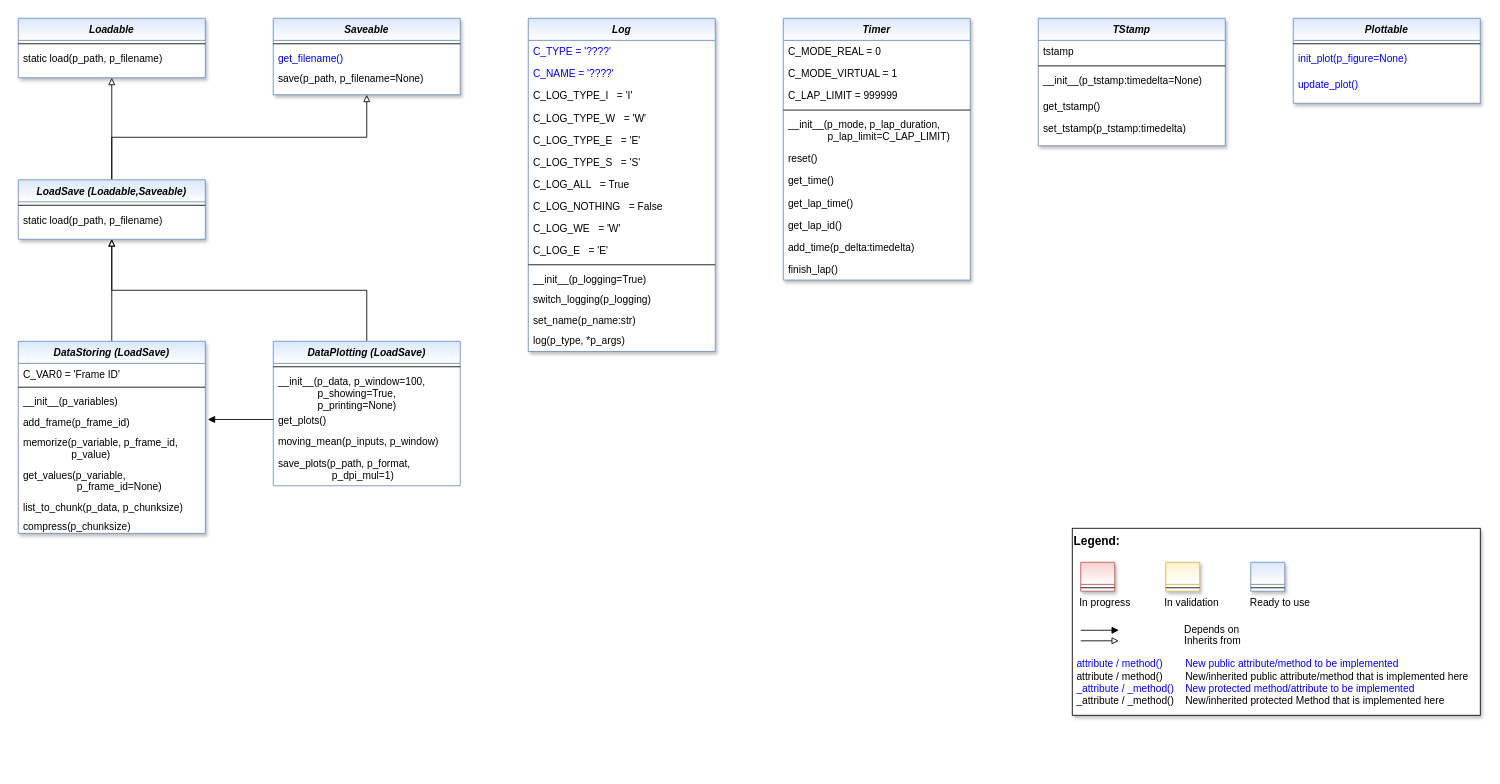
Earlier version of the draw.io diagram doc/rtd/content/append2/core/images/bf/MLPro-BF-Various_class_diagram.drawio (fhswf/MLPro). Source tidied: cells renumbered, new cells numbered last; positions are measured from the earlier drawing's top-left corner, leaving out a move shared by most shapes. Both pictures are drawn from the tidied source at 85%, with x=0, y=0 at pixel (18, 18).
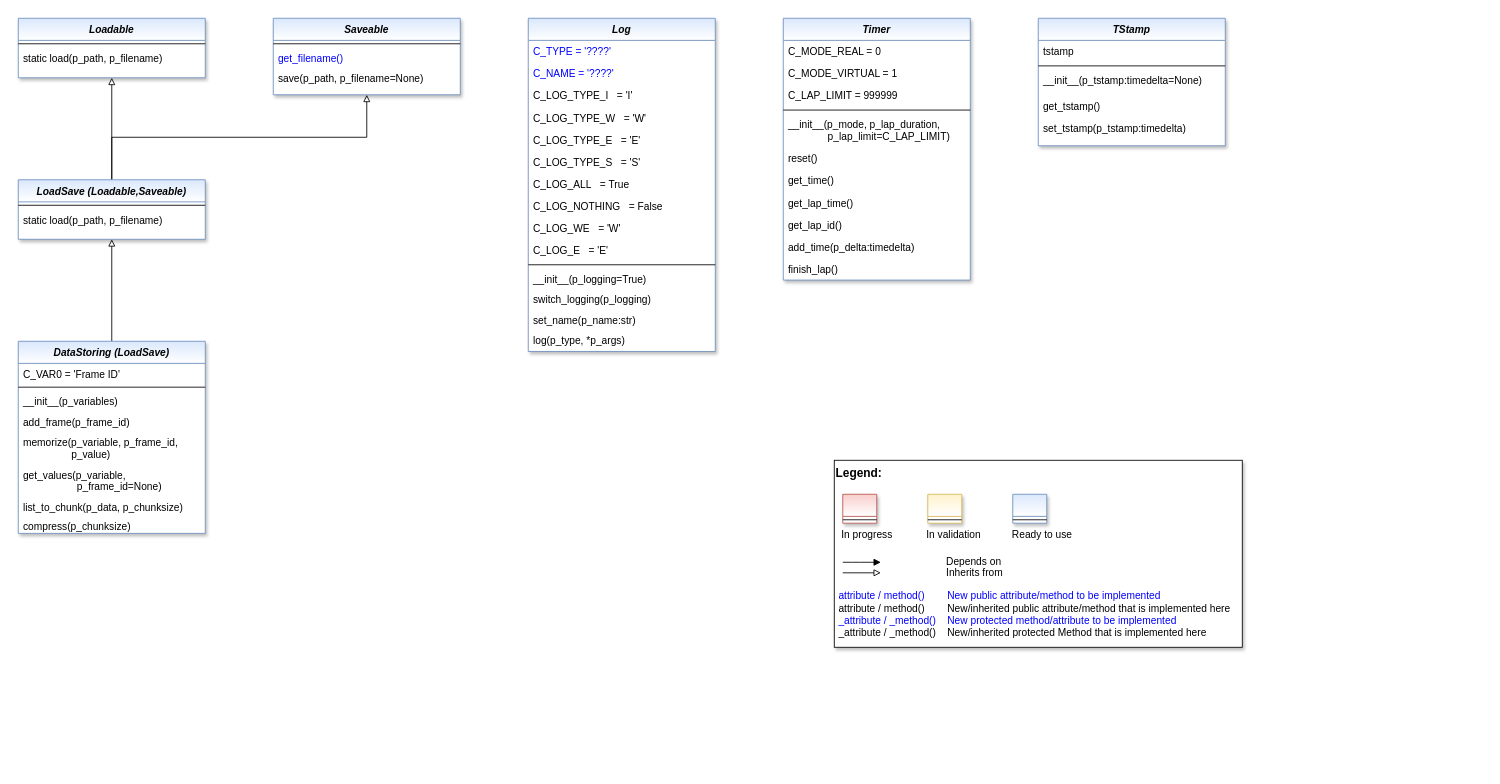
The same page after the edit.

Commit message (it also covers changes not shown here):
Update/extension of related class diagrams

Unchanged cells that the change refers to:
```xml
<mxCell id="45" value="LoadSave (Loadable,Saveable)" style="swimlane;fontStyle=3;align=center;verticalAlign=top;horizontal=1;startSize=26;rounded=0;shadow=1;strokeWidth=1;fillColor=#dae8fc;strokeColor=#6c8ebf;gradientColor=#FFFFFF;swimlaneFillColor=#FFFFFF;" parent="1" vertex="1">
  <mxGeometry y="190" width="220" height="70" as="geometry" />
</mxCell>
```

Diff of the diagram source:
```diff
@@
-    <mxCell id="58" style="edgeStyle=orthogonalEdgeStyle;rounded=0;jettySize=auto;html=1;fontColor=#000000;endArrow=block;endFill=0;exitX=0.5;exitY=0;exitDx=0;exitDy=0;" parent="1" edge="1" source="59" target="45">
-      <mxGeometry relative="1" as="geometry" />
-    </mxCell>
-    <mxCell id="59" value="DataPlotting (LoadSave)" style="swimlane;fontStyle=3;align=center;verticalAlign=top;horizontal=1;startSize=26;rounded=0;shadow=0;strokeWidth=1;fillColor=#dae8fc;strokeColor=#6c8ebf;gradientColor=#FFFFFF;swimlaneFillColor=#FFFFFF;" parent="1" vertex="1">
-      <mxGeometry x="300" y="380" width="220" height="170" as="geometry" />
-    </mxCell>
-    <mxCell id="60" style="line;html=1;strokeWidth=1;align=left;verticalAlign=middle;spacingTop=-1;spacingLeft=3;spacingRight=3;labelPosition=right;" parent="59" vertex="1">
-      <mxGeometry y="26" width="220" height="8" as="geometry" />
-    </mxCell>
-    <mxCell id="61" value="__init__(p_data, p_window=100,&#10;              p_showing=True, &#10;              p_printing=None)" style="text;align=left;verticalAlign=top;spacingLeft=4;spacingRight=4;overflow=hidden;" parent="59" vertex="1">
-      <mxGeometry y="34" width="220" height="46" as="geometry" />
-    </mxCell>
-    <mxCell id="62" value="get_plots()" style="text;align=left;verticalAlign=top;spacingLeft=4;spacingRight=4;overflow=hidden;points=[[0,0.5],[1,0.5]];portConstraint=eastwest;" parent="59" vertex="1">
-      <mxGeometry y="80" width="220" height="24" as="geometry" />
-    </mxCell>
-    <mxCell id="63" value="moving_mean(p_inputs, p_window)" style="text;align=left;verticalAlign=top;spacingLeft=4;spacingRight=4;overflow=hidden;" parent="59" vertex="1">
-      <mxGeometry y="104" width="220" height="26" as="geometry" />
-    </mxCell>
-    <mxCell id="64" value="save_plots(p_path, p_format, &#10;                   p_dpi_mul=1)" style="text;align=left;verticalAlign=top;spacingLeft=4;spacingRight=4;overflow=hidden;" parent="59" vertex="1">
-      <mxGeometry y="130" width="220" height="40" as="geometry" />
-    </mxCell>
-    <mxCell id="65" style="edgeStyle=orthogonalEdgeStyle;rounded=0;jettySize=auto;html=1;fontColor=#000000;endArrow=block;endFill=1;" parent="1" edge="1" source="62">
-      <mxGeometry relative="1" as="geometry">
-        <mxPoint x="223" y="472" as="targetPoint" />
-      </mxGeometry>
-    </mxCell>
-    <mxCell id="66" value="Plottable" style="swimlane;fontStyle=3;align=center;verticalAlign=top;horizontal=1;startSize=26;rounded=0;shadow=1;strokeWidth=1;fillColor=#dae8fc;strokeColor=#6c8ebf;gradientColor=#FFFFFF;swimlaneFillColor=#FFFFFF;" parent="1" vertex="1">
-      <mxGeometry x="1500" width="220" height="100" as="geometry" />
-    </mxCell>
-    <mxCell id="67" style="line;html=1;strokeWidth=1;align=left;verticalAlign=middle;spacingTop=-1;spacingLeft=3;spacingRight=3;labelPosition=right;" parent="66" vertex="1">
-      <mxGeometry y="26" width="220" height="8" as="geometry" />
-    </mxCell>
-    <mxCell id="68" value="init_plot(p_figure=None)" style="text;align=left;verticalAlign=top;spacingLeft=4;spacingRight=4;overflow=hidden;fontColor=#0000FF;" parent="66" vertex="1">
-      <mxGeometry y="34" width="220" height="30" as="geometry" />
-    </mxCell>
-    <mxCell id="69" value="update_plot()" style="text;align=left;verticalAlign=top;spacingLeft=4;spacingRight=4;overflow=hidden;fontColor=#0000FF;" parent="66" vertex="1">
-      <mxGeometry y="64" width="220" height="26" as="geometry" />
-    </mxCell>
     <mxCell id="70" style="group;" parent="1" vertex="1">
-      <mxGeometry x="1240" y="600" width="480" height="220" as="geometry" />
+      <mxGeometry x="960" y="520" width="480" height="220" as="geometry" />
     </mxCell>
```
